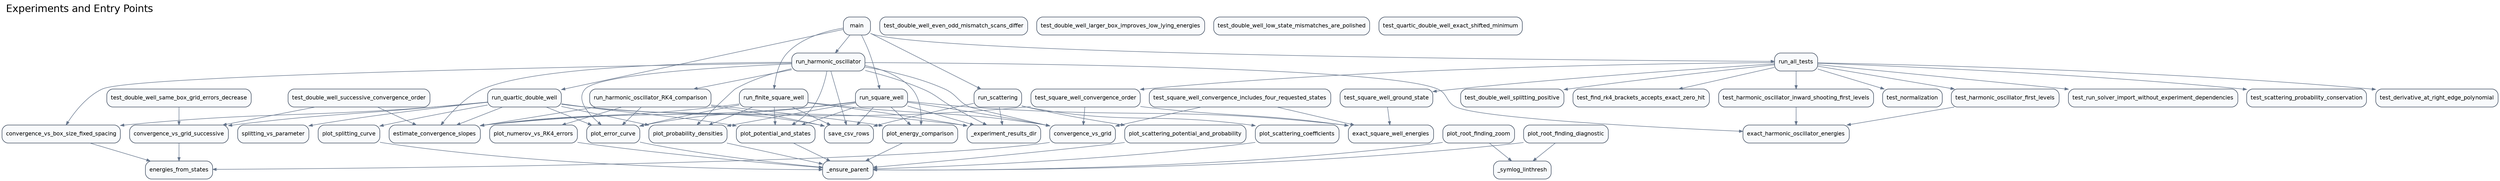
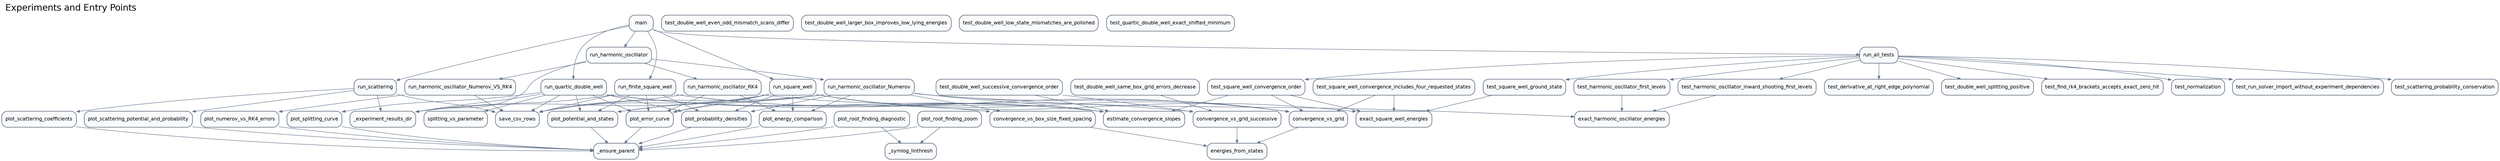
digraph G {
  rankdir="TB";
  graph [labeljust="l", labelloc="t", fontsize=20, fontname="Helvetica"];
  label="Experiments and Entry Points";
  node [shape=box, style="rounded,filled", fillcolor="#F8FAFC", color="#334155", fontname="Helvetica", fontsize=11];
  edge [color="#64748B", arrowsize=0.7];
  scripts_run_solver_main [label="main"];
  src_analysis_convergence_vs_box_size_fixed_spacing [label="convergence_vs_box_size_fixed_spacing"];
  src_analysis_convergence_vs_grid [label="convergence_vs_grid"];
  src_analysis_convergence_vs_grid_successive [label="convergence_vs_grid_successive"];
  src_analysis_energies_from_states [label="energies_from_states"];
  src_analysis_estimate_convergence_slopes [label="estimate_convergence_slopes"];
  src_analysis_exact_harmonic_oscillator_energies [label="exact_harmonic_oscillator_energies"];
  src_analysis_exact_square_well_energies [label="exact_square_well_energies"];
  src_analysis_save_csv_rows [label="save_csv_rows"];
  src_analysis_splitting_vs_parameter [label="splitting_vs_parameter"];
  src_experiments__experiment_results_dir [label="_experiment_results_dir"];
  src_experiments_run_finite_square_well [label="run_finite_square_well"];
  src_experiments_run_harmonic_oscillator [label="run_harmonic_oscillator"];
-   src_experiments_run_harmonic_oscillator_RK4_comparison [label="run_harmonic_oscillator_RK4_comparison"];
+   src_experiments_run_harmonic_oscillator_Numerov [label="run_harmonic_oscillator_Numerov"];
+   src_experiments_run_harmonic_oscillator_Numerov_VS_RK4 [label="run_harmonic_oscillator_Numerov_VS_RK4"];
+   src_experiments_run_harmonic_oscillator_RK4 [label="run_harmonic_oscillator_RK4"];
  src_experiments_run_quartic_double_well [label="run_quartic_double_well"];
  src_experiments_run_scattering [label="run_scattering"];
  src_experiments_run_square_well [label="run_square_well"];
  src_plotting__ensure_parent [label="_ensure_parent"];
  src_plotting__symlog_linthresh [label="_symlog_linthresh"];
  src_plotting_plot_energy_comparison [label="plot_energy_comparison"];
  src_plotting_plot_error_curve [label="plot_error_curve"];
  src_plotting_plot_numerov_vs_RK4_errors [label="plot_numerov_vs_RK4_errors"];
  src_plotting_plot_potential_and_states [label="plot_potential_and_states"];
  src_plotting_plot_probability_densities [label="plot_probability_densities"];
  src_plotting_plot_root_finding_diagnostic [label="plot_root_finding_diagnostic"];
  src_plotting_plot_root_finding_zoom [label="plot_root_finding_zoom"];
  src_plotting_plot_scattering_coefficients [label="plot_scattering_coefficients"];
  src_plotting_plot_scattering_potential_and_probability [label="plot_scattering_potential_and_probability"];
  src_plotting_plot_splitting_curve [label="plot_splitting_curve"];
  tests_test_solver_run_all_tests [label="run_all_tests"];
  tests_test_solver_test_derivative_at_right_edge_polynomial [label="test_derivative_at_right_edge_polynomial"];
  tests_test_solver_test_double_well_even_odd_mismatch_scans_differ [label="test_double_well_even_odd_mismatch_scans_differ"];
  tests_test_solver_test_double_well_larger_box_improves_low_lying_energies [label="test_double_well_larger_box_improves_low_lying_energies"];
  tests_test_solver_test_double_well_low_state_mismatches_are_polished [label="test_double_well_low_state_mismatches_are_polished"];
  tests_test_solver_test_double_well_same_box_grid_errors_decrease [label="test_double_well_same_box_grid_errors_decrease"];
  tests_test_solver_test_double_well_splitting_positive [label="test_double_well_splitting_positive"];
  tests_test_solver_test_double_well_successive_convergence_order [label="test_double_well_successive_convergence_order"];
  tests_test_solver_test_find_rk4_brackets_accepts_exact_zero_hit [label="test_find_rk4_brackets_accepts_exact_zero_hit"];
  tests_test_solver_test_harmonic_oscillator_first_levels [label="test_harmonic_oscillator_first_levels"];
  tests_test_solver_test_harmonic_oscillator_inward_shooting_first_levels [label="test_harmonic_oscillator_inward_shooting_first_levels"];
  tests_test_solver_test_normalization [label="test_normalization"];
  tests_test_solver_test_quartic_double_well_exact_shifted_minimum [label="test_quartic_double_well_exact_shifted_minimum"];
  tests_test_solver_test_run_solver_import_without_experiment_dependencies [label="test_run_solver_import_without_experiment_dependencies"];
  tests_test_solver_test_scattering_probability_conservation [label="test_scattering_probability_conservation"];
  tests_test_solver_test_square_well_convergence_includes_four_requested_states [label="test_square_well_convergence_includes_four_requested_states"];
  tests_test_solver_test_square_well_convergence_order [label="test_square_well_convergence_order"];
  tests_test_solver_test_square_well_ground_state [label="test_square_well_ground_state"];
  scripts_run_solver_main -> src_experiments_run_finite_square_well;
  scripts_run_solver_main -> src_experiments_run_harmonic_oscillator;
  scripts_run_solver_main -> src_experiments_run_quartic_double_well;
  scripts_run_solver_main -> src_experiments_run_scattering;
  scripts_run_solver_main -> src_experiments_run_square_well;
  scripts_run_solver_main -> tests_test_solver_run_all_tests;
  src_analysis_convergence_vs_box_size_fixed_spacing -> src_analysis_energies_from_states;
  src_analysis_convergence_vs_grid -> src_analysis_energies_from_states;
  src_analysis_convergence_vs_grid_successive -> src_analysis_energies_from_states;
  src_experiments_run_finite_square_well -> src_analysis_convergence_vs_grid;
  src_experiments_run_finite_square_well -> src_analysis_estimate_convergence_slopes;
  src_experiments_run_finite_square_well -> src_analysis_save_csv_rows;
  src_experiments_run_finite_square_well -> src_experiments__experiment_results_dir;
  src_experiments_run_finite_square_well -> src_plotting_plot_error_curve;
  src_experiments_run_finite_square_well -> src_plotting_plot_potential_and_states;
  src_experiments_run_finite_square_well -> src_plotting_plot_probability_densities;
-   src_experiments_run_harmonic_oscillator -> src_analysis_convergence_vs_box_size_fixed_spacing;
-   src_experiments_run_harmonic_oscillator -> src_analysis_convergence_vs_grid;
-   src_experiments_run_harmonic_oscillator -> src_analysis_estimate_convergence_slopes;
-   src_experiments_run_harmonic_oscillator -> src_analysis_exact_harmonic_oscillator_energies;
-   src_experiments_run_harmonic_oscillator -> src_analysis_save_csv_rows;
  src_experiments_run_harmonic_oscillator -> src_experiments__experiment_results_dir;
-   src_experiments_run_harmonic_oscillator -> src_experiments_run_harmonic_oscillator_RK4_comparison;
-   src_experiments_run_harmonic_oscillator -> src_plotting_plot_energy_comparison;
-   src_experiments_run_harmonic_oscillator -> src_plotting_plot_error_curve;
-   src_experiments_run_harmonic_oscillator -> src_plotting_plot_potential_and_states;
-   src_experiments_run_harmonic_oscillator -> src_plotting_plot_probability_densities;
-   src_experiments_run_harmonic_oscillator_RK4_comparison -> src_analysis_estimate_convergence_slopes;
-   src_experiments_run_harmonic_oscillator_RK4_comparison -> src_analysis_save_csv_rows;
-   src_experiments_run_harmonic_oscillator_RK4_comparison -> src_plotting_plot_energy_comparison;
-   src_experiments_run_harmonic_oscillator_RK4_comparison -> src_plotting_plot_error_curve;
-   src_experiments_run_harmonic_oscillator_RK4_comparison -> src_plotting_plot_numerov_vs_RK4_errors;
+   src_experiments_run_harmonic_oscillator -> src_experiments_run_harmonic_oscillator_Numerov;
+   src_experiments_run_harmonic_oscillator -> src_experiments_run_harmonic_oscillator_Numerov_VS_RK4;
+   src_experiments_run_harmonic_oscillator -> src_experiments_run_harmonic_oscillator_RK4;
+   src_experiments_run_harmonic_oscillator_Numerov -> src_analysis_convergence_vs_box_size_fixed_spacing;
+   src_experiments_run_harmonic_oscillator_Numerov -> src_analysis_convergence_vs_grid;
+   src_experiments_run_harmonic_oscillator_Numerov -> src_analysis_estimate_convergence_slopes;
+   src_experiments_run_harmonic_oscillator_Numerov -> src_analysis_exact_harmonic_oscillator_energies;
+   src_experiments_run_harmonic_oscillator_Numerov -> src_analysis_save_csv_rows;
+   src_experiments_run_harmonic_oscillator_Numerov -> src_plotting_plot_energy_comparison;
+   src_experiments_run_harmonic_oscillator_Numerov -> src_plotting_plot_error_curve;
+   src_experiments_run_harmonic_oscillator_Numerov -> src_plotting_plot_potential_and_states;
+   src_experiments_run_harmonic_oscillator_Numerov -> src_plotting_plot_probability_densities;
+   src_experiments_run_harmonic_oscillator_Numerov_VS_RK4 -> src_analysis_save_csv_rows;
+   src_experiments_run_harmonic_oscillator_Numerov_VS_RK4 -> src_plotting_plot_numerov_vs_RK4_errors;
+   src_experiments_run_harmonic_oscillator_RK4 -> src_analysis_estimate_convergence_slopes;
+   src_experiments_run_harmonic_oscillator_RK4 -> src_analysis_save_csv_rows;
+   src_experiments_run_harmonic_oscillator_RK4 -> src_plotting_plot_energy_comparison;
+   src_experiments_run_harmonic_oscillator_RK4 -> src_plotting_plot_error_curve;
  src_experiments_run_quartic_double_well -> src_analysis_convergence_vs_box_size_fixed_spacing;
  src_experiments_run_quartic_double_well -> src_analysis_convergence_vs_grid_successive;
  src_experiments_run_quartic_double_well -> src_analysis_estimate_convergence_slopes;
  src_experiments_run_quartic_double_well -> src_analysis_save_csv_rows;
  src_experiments_run_quartic_double_well -> src_analysis_splitting_vs_parameter;
  src_experiments_run_quartic_double_well -> src_experiments__experiment_results_dir;
  src_experiments_run_quartic_double_well -> src_plotting_plot_error_curve;
  src_experiments_run_quartic_double_well -> src_plotting_plot_potential_and_states;
  src_experiments_run_quartic_double_well -> src_plotting_plot_probability_densities;
  src_experiments_run_quartic_double_well -> src_plotting_plot_splitting_curve;
  src_experiments_run_scattering -> src_analysis_save_csv_rows;
  src_experiments_run_scattering -> src_experiments__experiment_results_dir;
  src_experiments_run_scattering -> src_plotting_plot_scattering_coefficients;
  src_experiments_run_scattering -> src_plotting_plot_scattering_potential_and_probability;
  src_experiments_run_square_well -> src_analysis_convergence_vs_grid;
  src_experiments_run_square_well -> src_analysis_estimate_convergence_slopes;
  src_experiments_run_square_well -> src_analysis_exact_square_well_energies;
  src_experiments_run_square_well -> src_analysis_save_csv_rows;
  src_experiments_run_square_well -> src_experiments__experiment_results_dir;
  src_experiments_run_square_well -> src_plotting_plot_energy_comparison;
  src_experiments_run_square_well -> src_plotting_plot_error_curve;
  src_experiments_run_square_well -> src_plotting_plot_potential_and_states;
  src_experiments_run_square_well -> src_plotting_plot_probability_densities;
  src_plotting_plot_energy_comparison -> src_plotting__ensure_parent;
  src_plotting_plot_error_curve -> src_plotting__ensure_parent;
  src_plotting_plot_numerov_vs_RK4_errors -> src_plotting__ensure_parent;
  src_plotting_plot_potential_and_states -> src_plotting__ensure_parent;
  src_plotting_plot_probability_densities -> src_plotting__ensure_parent;
  src_plotting_plot_root_finding_diagnostic -> src_plotting__ensure_parent;
  src_plotting_plot_root_finding_diagnostic -> src_plotting__symlog_linthresh;
  src_plotting_plot_root_finding_zoom -> src_plotting__ensure_parent;
  src_plotting_plot_root_finding_zoom -> src_plotting__symlog_linthresh;
  src_plotting_plot_scattering_coefficients -> src_plotting__ensure_parent;
  src_plotting_plot_scattering_potential_and_probability -> src_plotting__ensure_parent;
  src_plotting_plot_splitting_curve -> src_plotting__ensure_parent;
  tests_test_solver_run_all_tests -> tests_test_solver_test_derivative_at_right_edge_polynomial;
  tests_test_solver_run_all_tests -> tests_test_solver_test_double_well_splitting_positive;
  tests_test_solver_run_all_tests -> tests_test_solver_test_find_rk4_brackets_accepts_exact_zero_hit;
  tests_test_solver_run_all_tests -> tests_test_solver_test_harmonic_oscillator_first_levels;
  tests_test_solver_run_all_tests -> tests_test_solver_test_harmonic_oscillator_inward_shooting_first_levels;
  tests_test_solver_run_all_tests -> tests_test_solver_test_normalization;
  tests_test_solver_run_all_tests -> tests_test_solver_test_run_solver_import_without_experiment_dependencies;
  tests_test_solver_run_all_tests -> tests_test_solver_test_scattering_probability_conservation;
  tests_test_solver_run_all_tests -> tests_test_solver_test_square_well_convergence_order;
  tests_test_solver_run_all_tests -> tests_test_solver_test_square_well_ground_state;
  tests_test_solver_test_double_well_same_box_grid_errors_decrease -> src_analysis_convergence_vs_grid_successive;
  tests_test_solver_test_double_well_successive_convergence_order -> src_analysis_convergence_vs_grid_successive;
  tests_test_solver_test_double_well_successive_convergence_order -> src_analysis_estimate_convergence_slopes;
  tests_test_solver_test_harmonic_oscillator_first_levels -> src_analysis_exact_harmonic_oscillator_energies;
  tests_test_solver_test_harmonic_oscillator_inward_shooting_first_levels -> src_analysis_exact_harmonic_oscillator_energies;
  tests_test_solver_test_square_well_convergence_includes_four_requested_states -> src_analysis_convergence_vs_grid;
  tests_test_solver_test_square_well_convergence_includes_four_requested_states -> src_analysis_exact_square_well_energies;
  tests_test_solver_test_square_well_convergence_order -> src_analysis_convergence_vs_grid;
  tests_test_solver_test_square_well_convergence_order -> src_analysis_estimate_convergence_slopes;
  tests_test_solver_test_square_well_convergence_order -> src_analysis_exact_square_well_energies;
  tests_test_solver_test_square_well_ground_state -> src_analysis_exact_square_well_energies;
}
